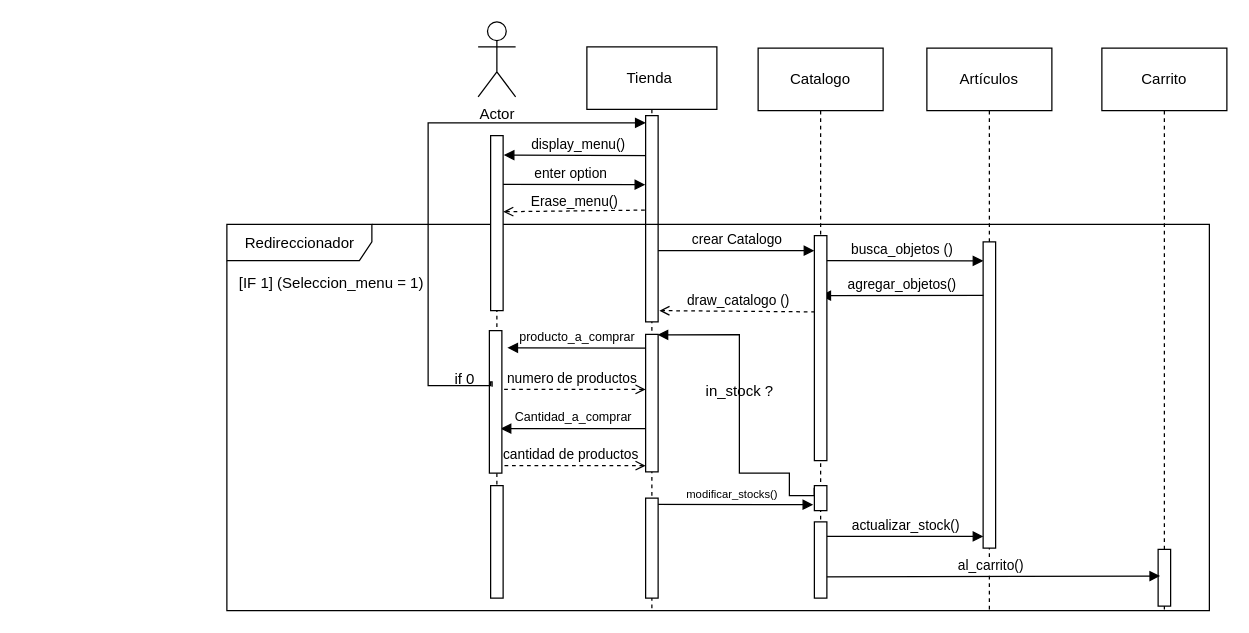
The draw.io diagram Sequence_ opt-1.drawio in CEM-TC1033-304-2313/3-integrador-A01801026, before the edit. Source tidied: cells renumbered, new cells numbered last; positions are measured from the earlier drawing's top-left corner, leaving out a move shared by most shapes. Both pictures are drawn from the tidied source at 125%, with x=0, y=0 at pixel (34, 21).
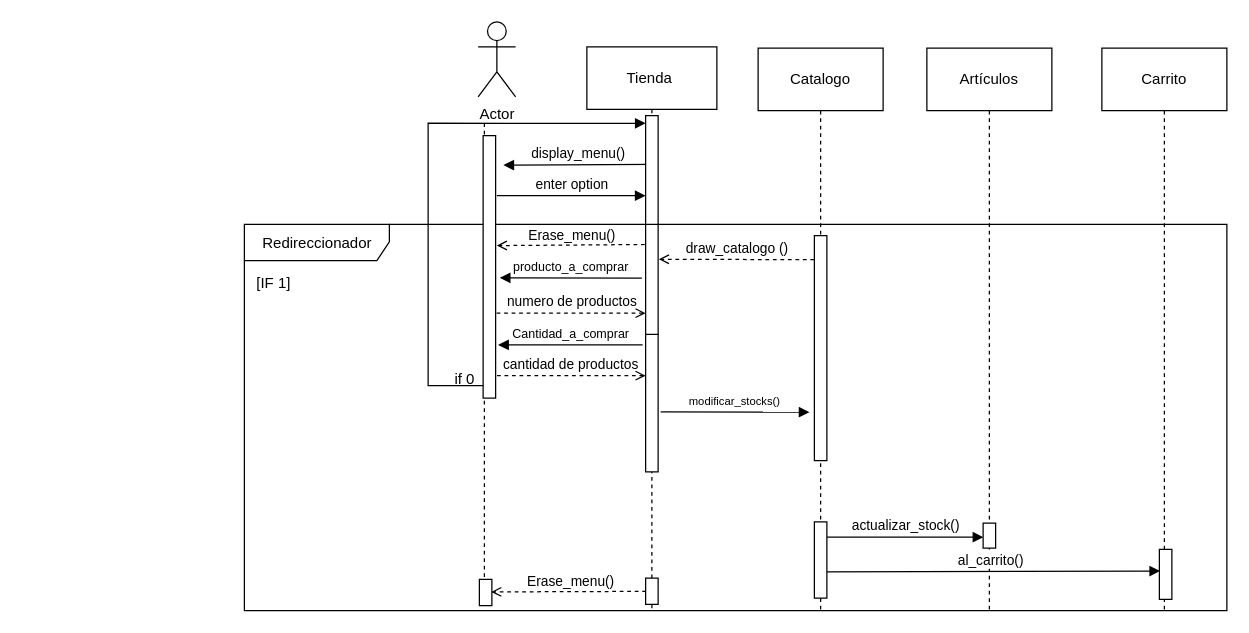
The same page after the edit.

Unchanged cells that the change refers to:
```xml
<mxCell id="3" value="Tienda&amp;nbsp;" style="shape=umlLifeline;perimeter=lifelinePerimeter;whiteSpace=wrap;html=1;size=50;" parent="1" vertex="1">
  <mxGeometry x="442" y="20" width="104" height="451" as="geometry" />
</mxCell>
<mxCell id="5" style="html=1;points=[];perimeter=orthogonalPerimeter;" parent="3" vertex="1">
  <mxGeometry x="47" y="230" width="10" height="110" as="geometry" />
</mxCell>
<mxCell id="7" value="Carrito" style="shape=umlLifeline;perimeter=lifelinePerimeter;whiteSpace=wrap;html=1;size=50;" parent="1" vertex="1">
  <mxGeometry x="854" y="21" width="100" height="450" as="geometry" />
</mxCell>
<mxCell id="12" value="Artículos" style="shape=umlLifeline;perimeter=lifelinePerimeter;whiteSpace=wrap;html=1;size=50;" parent="1" vertex="1">
  <mxGeometry x="714" y="21" width="100" height="450" as="geometry" />
</mxCell>
```

The edit, as a diff of the source:
```diff
@@
+    <mxCell id="15" style="shape=umlLifeline;perimeter=lifelinePerimeter;whiteSpace=wrap;html=1;size=0;" parent="1" vertex="1">
+      <mxGeometry x="-10" y="81" width="740" height="370" as="geometry" />
+    </mxCell>
@@
-    <mxCell id="4" value="display_menu()" style="html=1;verticalAlign=bottom;endArrow=block;entryX=1.049;entryY=0.111;entryDx=0;entryDy=0;entryPerimeter=0;" parent="3" edge="1" target="40">
+    <mxCell id="4" value="display_menu()" style="html=1;verticalAlign=bottom;endArrow=block;entryX=1.025;entryY=0.079;entryDx=0;entryDy=0;entryPerimeter=0;" parent="3" edge="1">
       <mxGeometry relative="1" as="geometry">
-        <mxPoint x="53" y="87" as="sourcePoint" />
+        <mxPoint x="53" y="94" as="sourcePoint" />
+        <mxPoint x="-66.8" y="94.6" as="targetPoint" />
       </mxGeometry>
     </mxCell>
@@
-    <mxCell id="6" style="html=1;points=[];perimeter=orthogonalPerimeter;" parent="3" vertex="1">
-      <mxGeometry x="47" y="55" width="10" height="165" as="geometry" />
-    </mxCell>
+    <mxCell id="41" style="html=1;points=[];perimeter=orthogonalPerimeter;" parent="3" vertex="1">
+      <mxGeometry x="47" y="55" width="10" height="175" as="geometry" />
+    </mxCell>
@@
     <mxCell id="8" value="Redireccionador" style="shape=umlFrame;tabWidth=110;tabHeight=30;tabPosition=left;html=1;boundedLbl=1;labelInHeader=1;width=116;height=29;" parent="7" vertex="1">
-      <mxGeometry x="-700" y="141" width="786" height="309" as="geometry" />
+      <mxGeometry x="-686" y="141" width="786" height="309" as="geometry" />
     </mxCell>
-    <mxCell id="9" value="[IF 1] (Seleccion_menu = 1)" style="text;" parent="8" vertex="1">
-      <mxGeometry width="100" height="20" relative="1" as="geometry">
-        <mxPoint x="8" y="33" as="offset" />
-      </mxGeometry>
-    </mxCell>
-    <mxCell id="10" style="html=1;perimeter=orthogonalPerimeter;" parent="8" vertex="1">
-      <mxGeometry x="745" y="260" width="10" height="45.4" as="geometry" />
-    </mxCell>
+    <mxCell id="42" value="[IF 1]" style="text;" parent="8" vertex="1">
+      <mxGeometry width="100" height="20" relative="1" as="geometry">
+        <mxPoint x="8" y="33" as="offset" />
+      </mxGeometry>
+    </mxCell>
+    <mxCell id="43" style="html=1;perimeter=orthogonalPerimeter;" parent="8" vertex="1">
+      <mxGeometry x="732" y="260" width="10" height="40" as="geometry" />
+    </mxCell>
     <mxCell id="11" value="Catalogo" style="shape=umlLifeline;perimeter=lifelinePerimeter;whiteSpace=wrap;html=1;size=50;" parent="1" vertex="1">
-      <mxGeometry x="579" y="21" width="100" height="440" as="geometry" />
+      <mxGeometry x="579" y="21" width="100" height="450" as="geometry" />
     </mxCell>
@@
-    <mxCell id="13" value="busca_objetos ()" style="html=1;verticalAlign=bottom;endArrow=block;entryX=0.02;entryY=0.062;entryDx=0;entryDy=0;entryPerimeter=0;" parent="12" edge="1" target="14">
-      <mxGeometry relative="1" as="geometry">
-        <mxPoint x="-85" y="170" as="sourcePoint" />
-      </mxGeometry>
-    </mxCell>
-    <mxCell id="14" style="html=1;points=[];perimeter=orthogonalPerimeter;" parent="12" vertex="1">
-      <mxGeometry x="45" y="155" width="10" height="245" as="geometry" />
-    </mxCell>
-    <mxCell id="15" style="shape=umlLifeline;perimeter=lifelinePerimeter;whiteSpace=wrap;html=1;size=0;" parent="1" vertex="1">
-      <mxGeometry y="91" width="740" height="370" as="geometry" />
-    </mxCell>
-    <mxCell id="16" value="agregar_objetos()" style="html=1;verticalAlign=bottom;endArrow=block;exitX=0.02;exitY=0.175;exitDx=0;exitDy=0;exitPerimeter=0;" parent="1" edge="1" source="14">
-      <mxGeometry relative="1" as="geometry">
-        <mxPoint x="628.8" y="219" as="targetPoint" />
-      </mxGeometry>
-    </mxCell>
+    <mxCell id="44" style="html=1;perimeter=orthogonalPerimeter;" parent="12" vertex="1">
+      <mxGeometry x="45" y="380" width="10" height="20" as="geometry" />
+    </mxCell>
-    <mxCell id="17" value="draw_catalogo ()" style="html=1;verticalAlign=bottom;labelBackgroundColor=none;endArrow=open;endFill=0;dashed=1;" parent="1" edge="1">
+    <mxCell id="17" value="draw_catalogo ()" style="html=1;verticalAlign=bottom;labelBackgroundColor=none;endArrow=open;endFill=0;dashed=1;entryX=0.427;entryY=0.059;entryDx=0;entryDy=0;entryPerimeter=0;exitX=-0.017;exitY=0.107;exitDx=0;exitDy=0;exitPerimeter=0;" parent="1" edge="1" source="48">
       <mxGeometry relative="1" as="geometry">
-        <mxPoint x="624.5" y="232" as="sourcePoint" />
-        <mxPoint x="500" y="231" as="targetPoint" />
+        <mxPoint x="499.6" y="189.9" as="targetPoint" />
       </mxGeometry>
     </mxCell>
     <mxCell id="18" value="numero de productos" style="html=1;verticalAlign=bottom;labelBackgroundColor=none;endArrow=open;endFill=0;dashed=1;" parent="1" edge="1">
       <mxGeometry relative="1" as="geometry">
-        <mxPoint x="369.8" y="294" as="sourcePoint" />
-        <mxPoint x="489" y="294" as="targetPoint" />
+        <mxPoint x="369.8" y="233" as="sourcePoint" />
+        <mxPoint x="489" y="233" as="targetPoint" />
       </mxGeometry>
     </mxCell>
     <mxCell id="19" value="cantidad de productos" style="html=1;verticalAlign=bottom;labelBackgroundColor=none;endArrow=open;endFill=0;dashed=1;" parent="1" edge="1">
       <mxGeometry relative="1" as="geometry">
-        <mxPoint x="370.1" y="355" as="sourcePoint" />
-        <mxPoint x="489" y="355" as="targetPoint" />
+        <mxPoint x="370.1" y="283" as="sourcePoint" />
+        <mxPoint x="489" y="283" as="targetPoint" />
       </mxGeometry>
     </mxCell>
-    <mxCell id="20" style="edgeStyle=orthogonalEdgeStyle;html=1;align=left;spacingLeft=2;endArrow=block;rounded=0;entryX=0.953;entryY=0.003;exitX=-0.014;exitY=0.083;exitDx=0;exitDy=0;exitPerimeter=0;entryDx=0;entryDy=0;entryPerimeter=0;" parent="1" edge="1" source="28" target="5">
-      <mxGeometry x="0.48" relative="1" as="geometry">
-        <Array as="points">
-          <mxPoint x="604" y="379" />
-          <mxPoint x="604" y="361" />
-          <mxPoint x="564" y="361" />
-          <mxPoint x="564" y="250" />
-        </Array>
-      </mxGeometry>
-    </mxCell>
-    <mxCell id="21" value="enter option" style="html=1;verticalAlign=bottom;endArrow=block;entryX=-0.027;entryY=0.335;entryDx=0;entryDy=0;entryPerimeter=0;" parent="1" edge="1" target="6">
+    <mxCell id="21" value="enter option" style="html=1;verticalAlign=bottom;endArrow=block;" parent="1" edge="1">
       <mxGeometry relative="1" as="geometry">
-        <mxPoint x="370" y="130" as="sourcePoint" />
+        <mxPoint x="370" y="139" as="sourcePoint" />
+        <mxPoint x="489" y="139" as="targetPoint" />
       </mxGeometry>
     </mxCell>
-    <mxCell id="22" style="html=1;verticalAlign=bottom;labelBackgroundColor=none;endArrow=open;endFill=0;dashed=1;exitX=-0.066;exitY=0.458;exitDx=0;exitDy=0;exitPerimeter=0;entryX=1.008;entryY=0.435;entryDx=0;entryDy=0;entryPerimeter=0;" parent="1" edge="1" source="6" target="40">
-      <mxGeometry relative="1" as="geometry" />
-    </mxCell>
-    <mxCell id="23" value="Erase_menu()" style="edgeLabel;html=1;align=center;verticalAlign=middle;" parent="22" vertex="1">
-      <mxGeometry x="-0.24" y="-2" relative="1" as="geometry">
-        <mxPoint x="-14" y="-6" as="offset" />
-      </mxGeometry>
-    </mxCell>
-    <mxCell id="24" value="crear Catalogo" style="html=1;verticalAlign=bottom;endArrow=block;startArrow=none;" parent="1" edge="1" source="6">
-      <mxGeometry relative="1" as="geometry">
-        <mxPoint x="624" y="183" as="targetPoint" />
-      </mxGeometry>
-    </mxCell>
+    <mxCell id="45" style="html=1;verticalAlign=bottom;labelBackgroundColor=none;endArrow=open;endFill=0;dashed=1;exitX=-0.066;exitY=0.458;exitDx=0;exitDy=0;exitPerimeter=0;entryX=1.095;entryY=0.419;entryDx=0;entryDy=0;entryPerimeter=0;" parent="1" edge="1" target="51">
+      <mxGeometry relative="1" as="geometry">
+        <mxPoint x="488.3" y="178.1" as="sourcePoint" />
+      </mxGeometry>
+    </mxCell>
+    <mxCell id="46" value="Erase_menu()" style="edgeLabel;html=1;align=center;verticalAlign=middle;" parent="45" vertex="1">
+      <mxGeometry x="-0.24" y="-2" relative="1" as="geometry">
+        <mxPoint x="-14" y="-6" as="offset" />
+      </mxGeometry>
+    </mxCell>
     <mxCell id="25" value="&lt;font style=&quot;font-size: 10px;&quot;&gt;Cantidad_a_comprar&lt;/font&gt;" style="html=1;verticalAlign=bottom;endArrow=block;entryX=0.898;entryY=0.679;entryDx=0;entryDy=0;entryPerimeter=0;exitX=-0.037;exitY=0.667;exitDx=0;exitDy=0;exitPerimeter=0;" parent="1" edge="1">
       <mxGeometry relative="1" as="geometry">
-        <mxPoint x="488.6" y="325.4" as="sourcePoint" />
-        <mxPoint x="373" y="325.4" as="targetPoint" />
+        <mxPoint x="486.6" y="258.4" as="sourcePoint" />
+        <mxPoint x="371" y="258.4" as="targetPoint" />
       </mxGeometry>
     </mxCell>
-    <mxCell id="26" value="&lt;font style=&quot;font-size: 10px;&quot;&gt;producto_a_comprar&lt;/font&gt;" style="html=1;verticalAlign=bottom;endArrow=block;entryX=0.936;entryY=0.12;entryDx=0;entryDy=0;entryPerimeter=0;" parent="1" edge="1">
+    <mxCell id="26" value="&lt;font style=&quot;font-size: 10px;&quot;&gt;producto_a_comprar&lt;/font&gt;" style="html=1;verticalAlign=bottom;endArrow=block;entryX=1.127;entryY=0.542;entryDx=0;entryDy=0;entryPerimeter=0;" parent="1" edge="1">
       <mxGeometry relative="1" as="geometry">
-        <mxPoint x="489" y="261" as="sourcePoint" />
-        <mxPoint x="378.4" y="260.7" as="targetPoint" />
+        <mxPoint x="486" y="205" as="sourcePoint" />
+        <mxPoint x="372.3" y="204.8" as="targetPoint" />
       </mxGeometry>
     </mxCell>
     <mxCell id="27" value="&lt;font style=&quot;font-size: 9px;&quot;&gt;modificar_stocks()&lt;/font&gt;" style="html=1;verticalAlign=bottom;endArrow=block;entryX=-0.09;entryY=0.283;entryDx=0;entryDy=0;entryPerimeter=0;" parent="1" edge="1">
       <mxGeometry x="-0.01" relative="1" as="geometry">
-        <mxPoint x="494" y="386" as="sourcePoint" />
-        <mxPoint x="623.1" y="386.3" as="targetPoint" />
+        <mxPoint x="501" y="312" as="sourcePoint" />
+        <mxPoint x="620.1" y="312.3" as="targetPoint" />
       </mxGeometry>
     </mxCell>
-    <mxCell id="28" style="html=1;points=[];perimeter=orthogonalPerimeter;" parent="1" vertex="1">
-      <mxGeometry x="624" y="371" width="10" height="20" as="geometry" />
-    </mxCell>
-    <mxCell id="29" value="actualizar_stock()" style="html=1;verticalAlign=bottom;endArrow=block;entryX=0.02;entryY=0.962;entryDx=0;entryDy=0;entryPerimeter=0;startArrow=none;" parent="1" edge="1" source="37" target="14">
-      <mxGeometry relative="1" as="geometry" />
+    <mxCell id="29" value="actualizar_stock()" style="html=1;verticalAlign=bottom;endArrow=block;entryX=0.02;entryY=0.962;entryDx=0;entryDy=0;entryPerimeter=0;startArrow=none;" parent="1" edge="1">
+      <mxGeometry relative="1" as="geometry">
+        <mxPoint x="634" y="412.2" as="sourcePoint" />
+        <mxPoint x="759.2" y="412.2" as="targetPoint" />
+      </mxGeometry>
     </mxCell>
-    <mxCell id="30" value="in_stock ?" style="text;html=1;align=center;verticalAlign=middle;strokeColor=none;fillColor=none;" parent="1" vertex="1">
-      <mxGeometry x="524" y="281" width="80" height="30" as="geometry" />
-    </mxCell>
     <mxCell id="31" value="al_carrito()" style="html=1;verticalAlign=bottom;endArrow=block;entryX=0.059;entryY=0.142;entryDx=0;entryDy=0;entryPerimeter=0;" parent="1" edge="1">
       <mxGeometry relative="1" as="geometry">
-        <mxPoint x="628.9" y="444" as="sourcePoint" />
-        <mxPoint x="900.6" y="443.3" as="targetPoint" />
+        <mxPoint x="628.9" y="440" as="sourcePoint" />
+        <mxPoint x="900.6" y="439.3" as="targetPoint" />
       </mxGeometry>
     </mxCell>
-    <mxCell id="32" style="html=1;perimeter=orthogonalPerimeter;" parent="1" vertex="1">
-      <mxGeometry x="364" y="247" width="10" height="114" as="geometry" />
-    </mxCell>
-    <mxCell id="33" style="edgeStyle=orthogonalEdgeStyle;html=1;align=left;spacingLeft=2;endArrow=block;rounded=0;exitX=0.118;exitY=0.393;exitDx=0;exitDy=0;exitPerimeter=0;entryX=0.006;entryY=0.035;entryDx=0;entryDy=0;entryPerimeter=0;" parent="1" edge="1" target="6">
-      <mxGeometry x="0.48" relative="1" as="geometry">
-        <mxPoint x="366.2" y="291.8" as="sourcePoint" />
-        <Array as="points">
-          <mxPoint x="366" y="288" />
-          <mxPoint x="365" y="288" />
-          <mxPoint x="365" y="291" />
-          <mxPoint x="315" y="291" />
-          <mxPoint x="315" y="81" />
-        </Array>
-      </mxGeometry>
-    </mxCell>
+    <mxCell id="47" style="edgeStyle=orthogonalEdgeStyle;html=1;align=left;spacingLeft=2;endArrow=block;rounded=0;exitX=0.118;exitY=0.393;exitDx=0;exitDy=0;exitPerimeter=0;entryX=0.006;entryY=0.035;entryDx=0;entryDy=0;entryPerimeter=0;" parent="1" edge="1" target="41">
+      <mxGeometry x="0.48" relative="1" as="geometry">
+        <mxPoint x="366.2" y="291.8" as="sourcePoint" />
+        <Array as="points">
+          <mxPoint x="366" y="288" />
+          <mxPoint x="365" y="288" />
+          <mxPoint x="365" y="291" />
+          <mxPoint x="315" y="291" />
+          <mxPoint x="315" y="81" />
+        </Array>
+      </mxGeometry>
+    </mxCell>
@@
-    <mxCell id="35" style="html=1;perimeter=orthogonalPerimeter;" parent="1" vertex="1">
-      <mxGeometry x="624" y="171" width="10" height="180" as="geometry" />
-    </mxCell>
-    <mxCell id="36" style="html=1;verticalAlign=bottom;endArrow=none;entryX=0.02;entryY=0.962;entryDx=0;entryDy=0;entryPerimeter=0;" parent="1" edge="1" target="37">
-      <mxGeometry relative="1" as="geometry">
-        <mxPoint x="629" y="412" as="sourcePoint" />
-      </mxGeometry>
-    </mxCell>
-    <mxCell id="37" style="html=1;points=[];perimeter=orthogonalPerimeter;" parent="1" vertex="1">
-      <mxGeometry x="624" y="400" width="10" height="61" as="geometry" />
-    </mxCell>
-    <mxCell id="38" style="html=1;perimeter=orthogonalPerimeter;" parent="1" vertex="1">
-      <mxGeometry x="489" y="381" width="10" height="80" as="geometry" />
-    </mxCell>
-    <mxCell id="39" style="html=1;perimeter=orthogonalPerimeter;" parent="1" vertex="1">
-      <mxGeometry x="365" y="371" width="10" height="90" as="geometry" />
-    </mxCell>
-    <mxCell id="40" style="html=1;points=[];perimeter=orthogonalPerimeter;" parent="1" vertex="1">
-      <mxGeometry x="365" y="91" width="10" height="140" as="geometry" />
-    </mxCell>
+    <mxCell id="48" style="html=1;points=[];perimeter=orthogonalPerimeter;" parent="1" vertex="1">
+      <mxGeometry x="624" y="171" width="10" height="180" as="geometry" />
+    </mxCell>
+    <mxCell id="49" style="html=1;verticalAlign=bottom;endArrow=none;entryX=0.02;entryY=0.962;entryDx=0;entryDy=0;entryPerimeter=0;" parent="1" edge="1" target="50">
+      <mxGeometry relative="1" as="geometry">
+        <mxPoint x="629" y="412" as="sourcePoint" />
+      </mxGeometry>
+    </mxCell>
+    <mxCell id="50" style="html=1;points=[];perimeter=orthogonalPerimeter;" parent="1" vertex="1">
+      <mxGeometry x="624" y="400" width="10" height="61" as="geometry" />
+    </mxCell>
+    <mxCell id="51" style="html=1;points=[];perimeter=orthogonalPerimeter;" parent="1" vertex="1">
+      <mxGeometry x="359" y="91" width="10" height="210" as="geometry" />
+    </mxCell>
+    <mxCell id="52" style="html=1;verticalAlign=bottom;labelBackgroundColor=none;endArrow=open;endFill=0;dashed=1;exitX=-0.066;exitY=0.458;exitDx=0;exitDy=0;exitPerimeter=0;entryX=0.948;entryY=0.478;entryDx=0;entryDy=0;entryPerimeter=0;" parent="1" edge="1" target="55">
+      <mxGeometry relative="1" as="geometry">
+        <mxPoint x="489.3" y="455.6" as="sourcePoint" />
+      </mxGeometry>
+    </mxCell>
+    <mxCell id="53" value="Erase_menu()" style="edgeLabel;html=1;align=center;verticalAlign=middle;" parent="52" vertex="1">
+      <mxGeometry x="-0.24" y="-2" relative="1" as="geometry">
+        <mxPoint x="-14" y="-6" as="offset" />
+      </mxGeometry>
+    </mxCell>
+    <mxCell id="54" style="html=1;perimeter=orthogonalPerimeter;" parent="1" vertex="1">
+      <mxGeometry x="489" y="445" width="10" height="21" as="geometry" />
+    </mxCell>
+    <mxCell id="55" style="html=1;points=[];perimeter=orthogonalPerimeter;" parent="1" vertex="1">
+      <mxGeometry x="356" y="446" width="10" height="21" as="geometry" />
+    </mxCell>
```
